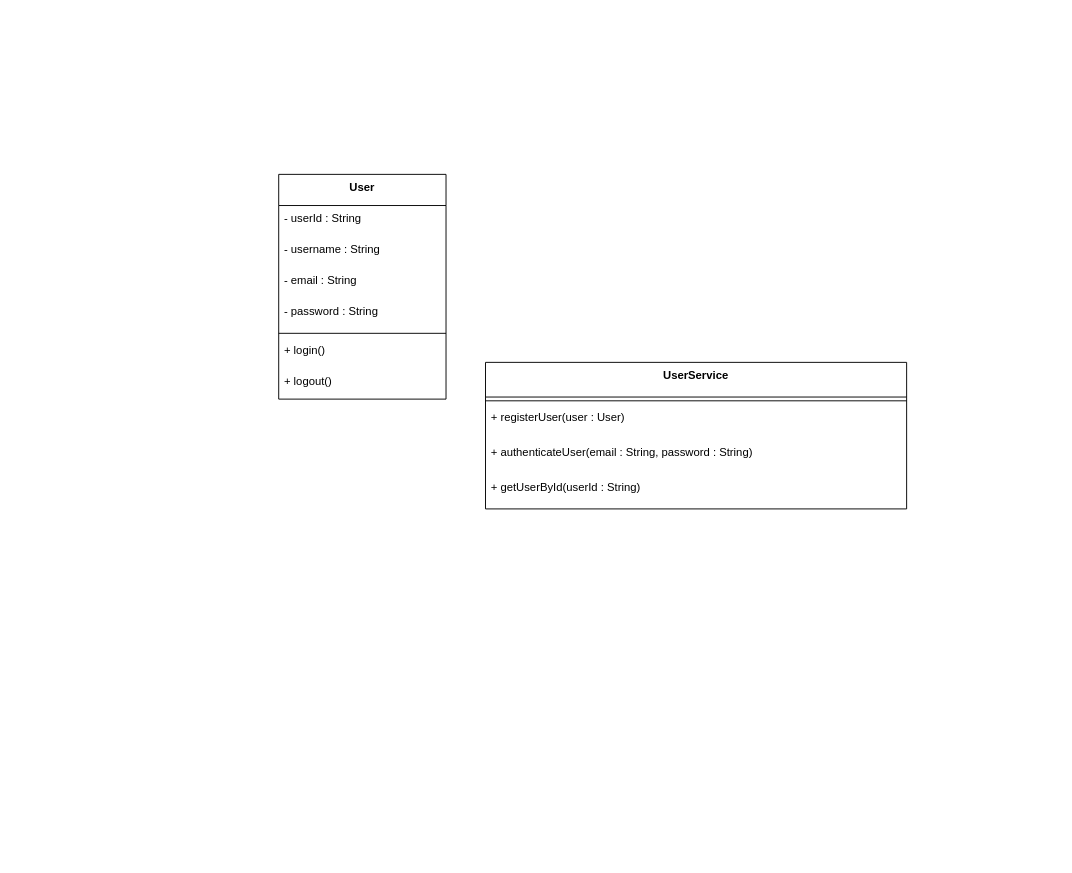
Akishk4/UMLs keeps this draw.io diagram as class diagram.drawio. Above is the earlier version. Source tidied: cells renumbered, new cells numbered last; positions are measured from the earlier drawing's top-left corner, leaving out a move shared by most shapes. Both pictures are drawn from the tidied source at 94%, with x=0, y=0 at pixel (278, 174).
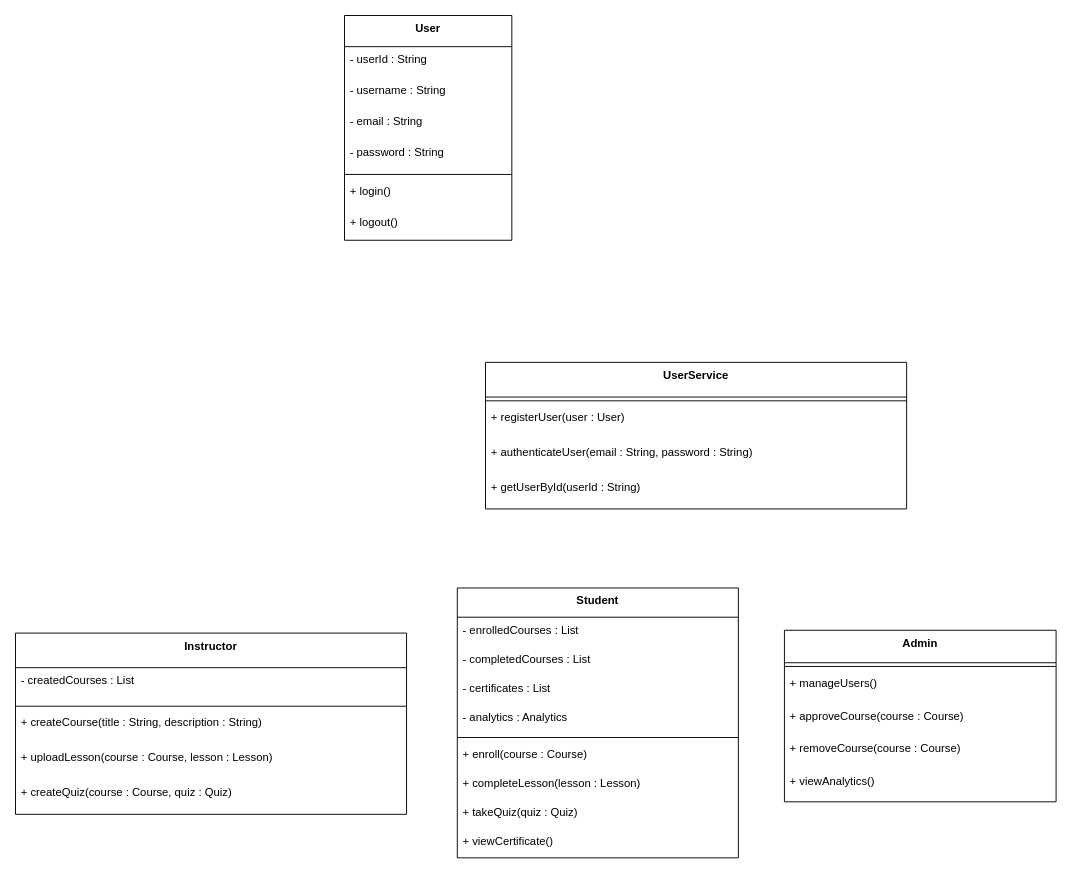
After the change.

Commit message:
instructor,student,admin

What changed in the source:
```diff
@@
     <mxCell id="2" value="User" style="swimlane;fontStyle=1;align=center;verticalAlign=top;horizontal=1;startSize=33.142857142857146;" parent="1" vertex="1">
-      <mxGeometry width="178" height="239.1" as="geometry" />
+      <mxGeometry x="70" y="-169" width="178" height="239.1" as="geometry" />
     </mxCell>
@@
+    <mxCell id="15" value="Student" style="swimlane;fontStyle=1;align=center;verticalAlign=top;horizontal=1;startSize=31.11111111111111;" parent="1" vertex="1">
+      <mxGeometry x="190" y="440" width="299" height="287.1" as="geometry" />
+    </mxCell>
+    <mxCell id="16" value="- enrolledCourses : List" style="text;strokeColor=none;fillColor=none;align=left;verticalAlign=top;spacingLeft=4;spacingRight=4;overflow=hidden;" parent="15" vertex="1">
+      <mxGeometry y="31.1" width="299" height="31" as="geometry" />
+    </mxCell>
+    <mxCell id="17" value="- completedCourses : List" style="text;strokeColor=none;fillColor=none;align=left;verticalAlign=top;spacingLeft=4;spacingRight=4;overflow=hidden;" parent="15" vertex="1">
+      <mxGeometry y="62.1" width="299" height="31" as="geometry" />
+    </mxCell>
+    <mxCell id="18" value="- certificates : List" style="text;strokeColor=none;fillColor=none;align=left;verticalAlign=top;spacingLeft=4;spacingRight=4;overflow=hidden;" parent="15" vertex="1">
+      <mxGeometry y="93.1" width="299" height="31" as="geometry" />
+    </mxCell>
+    <mxCell id="19" value="- analytics : Analytics" style="text;strokeColor=none;fillColor=none;align=left;verticalAlign=top;spacingLeft=4;spacingRight=4;overflow=hidden;" parent="15" vertex="1">
+      <mxGeometry y="124.1" width="299" height="31" as="geometry" />
+    </mxCell>
+    <mxCell id="20" style="line;strokeWidth=1;fillColor=none;align=left;verticalAlign=middle;spacingTop=-1;spacingLeft=3;spacingRight=3;labelPosition=right;strokeColor=inherit;" parent="15" vertex="1">
+      <mxGeometry y="155.1" width="299" height="8" as="geometry" />
+    </mxCell>
+    <mxCell id="21" value="+ enroll(course : Course)" style="text;strokeColor=none;fillColor=none;align=left;verticalAlign=top;spacingLeft=4;spacingRight=4;overflow=hidden;" parent="15" vertex="1">
+      <mxGeometry y="163.1" width="299" height="31" as="geometry" />
+    </mxCell>
+    <mxCell id="22" value="+ completeLesson(lesson : Lesson)" style="text;strokeColor=none;fillColor=none;align=left;verticalAlign=top;spacingLeft=4;spacingRight=4;overflow=hidden;" parent="15" vertex="1">
+      <mxGeometry y="194.1" width="299" height="31" as="geometry" />
+    </mxCell>
+    <mxCell id="23" value="+ takeQuiz(quiz : Quiz)" style="text;strokeColor=none;fillColor=none;align=left;verticalAlign=top;spacingLeft=4;spacingRight=4;overflow=hidden;" parent="15" vertex="1">
+      <mxGeometry y="225.1" width="299" height="31" as="geometry" />
+    </mxCell>
+    <mxCell id="24" value="+ viewCertificate()" style="text;strokeColor=none;fillColor=none;align=left;verticalAlign=top;spacingLeft=4;spacingRight=4;overflow=hidden;" parent="15" vertex="1">
+      <mxGeometry y="256.1" width="299" height="31" as="geometry" />
+    </mxCell>
+    <mxCell id="25" value="Instructor" style="swimlane;fontStyle=1;align=center;verticalAlign=top;horizontal=1;startSize=36.8;" parent="1" vertex="1">
+      <mxGeometry x="-280" y="488" width="416" height="192.8" as="geometry" />
+    </mxCell>
+    <mxCell id="26" value="- createdCourses : List" style="text;strokeColor=none;fillColor=none;align=left;verticalAlign=top;spacingLeft=4;spacingRight=4;overflow=hidden;" parent="25" vertex="1">
+      <mxGeometry y="36.8" width="416" height="37" as="geometry" />
+    </mxCell>
+    <mxCell id="27" style="line;strokeWidth=1;fillColor=none;align=left;verticalAlign=middle;spacingTop=-1;spacingLeft=3;spacingRight=3;labelPosition=right;strokeColor=inherit;" parent="25" vertex="1">
+      <mxGeometry y="73.8" width="416" height="8" as="geometry" />
+    </mxCell>
+    <mxCell id="28" value="+ createCourse(title : String, description : String)" style="text;strokeColor=none;fillColor=none;align=left;verticalAlign=top;spacingLeft=4;spacingRight=4;overflow=hidden;" parent="25" vertex="1">
+      <mxGeometry y="81.8" width="416" height="37" as="geometry" />
+    </mxCell>
+    <mxCell id="29" value="+ uploadLesson(course : Course, lesson : Lesson)" style="text;strokeColor=none;fillColor=none;align=left;verticalAlign=top;spacingLeft=4;spacingRight=4;overflow=hidden;" parent="25" vertex="1">
+      <mxGeometry y="118.8" width="416" height="37" as="geometry" />
+    </mxCell>
+    <mxCell id="30" value="+ createQuiz(course : Course, quiz : Quiz)" style="text;strokeColor=none;fillColor=none;align=left;verticalAlign=top;spacingLeft=4;spacingRight=4;overflow=hidden;" parent="25" vertex="1">
+      <mxGeometry y="155.8" width="416" height="37" as="geometry" />
+    </mxCell>
+    <mxCell id="31" value="Admin" style="swimlane;fontStyle=1;align=center;verticalAlign=top;horizontal=1;startSize=34.54545454545455;" parent="1" vertex="1">
+      <mxGeometry x="538" y="485" width="289" height="182.5" as="geometry" />
+    </mxCell>
+    <mxCell id="32" style="line;strokeWidth=1;fillColor=none;align=left;verticalAlign=middle;spacingTop=-1;spacingLeft=3;spacingRight=3;labelPosition=right;strokeColor=inherit;" parent="31" vertex="1">
+      <mxGeometry y="34.5" width="289" height="8" as="geometry" />
+    </mxCell>
+    <mxCell id="33" value="+ manageUsers()" style="text;strokeColor=none;fillColor=none;align=left;verticalAlign=top;spacingLeft=4;spacingRight=4;overflow=hidden;" parent="31" vertex="1">
+      <mxGeometry y="42.5" width="289" height="35" as="geometry" />
+    </mxCell>
+    <mxCell id="34" value="+ approveCourse(course : Course)" style="text;strokeColor=none;fillColor=none;align=left;verticalAlign=top;spacingLeft=4;spacingRight=4;overflow=hidden;" parent="31" vertex="1">
+      <mxGeometry y="77.5" width="289" height="35" as="geometry" />
+    </mxCell>
+    <mxCell id="35" value="+ removeCourse(course : Course)" style="text;strokeColor=none;fillColor=none;align=left;verticalAlign=top;spacingLeft=4;spacingRight=4;overflow=hidden;" parent="31" vertex="1">
+      <mxGeometry y="112.5" width="289" height="35" as="geometry" />
+    </mxCell>
+    <mxCell id="36" value="+ viewAnalytics()" style="text;strokeColor=none;fillColor=none;align=left;verticalAlign=top;spacingLeft=4;spacingRight=4;overflow=hidden;" parent="31" vertex="1">
+      <mxGeometry y="147.5" width="289" height="35" as="geometry" />
+    </mxCell>
```
